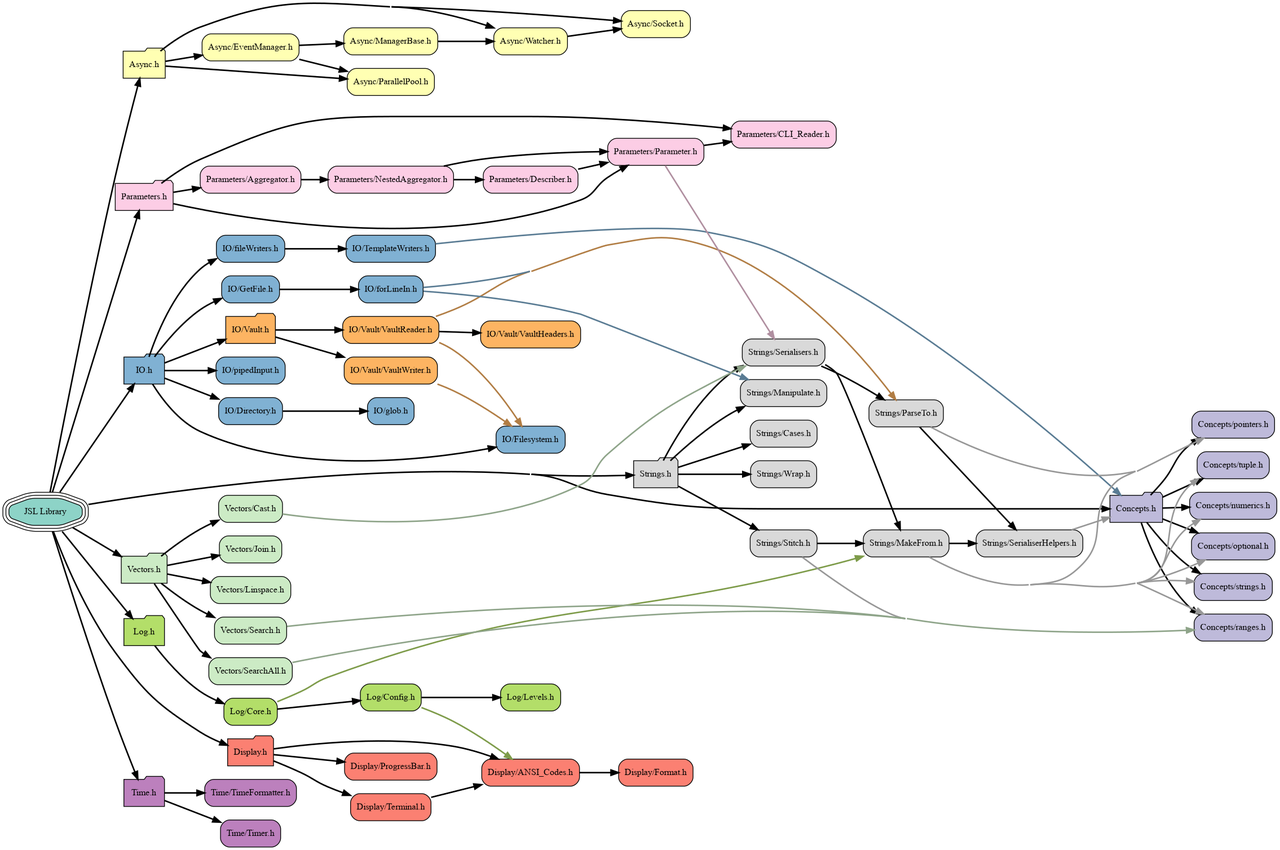
This is docs/visualiser/heirarchy.png from DrFraserGovil/JSL, a Graphviz export, as it was before one commit. Its source is kept beside it as docs/visualiser/heirarchy.dot.
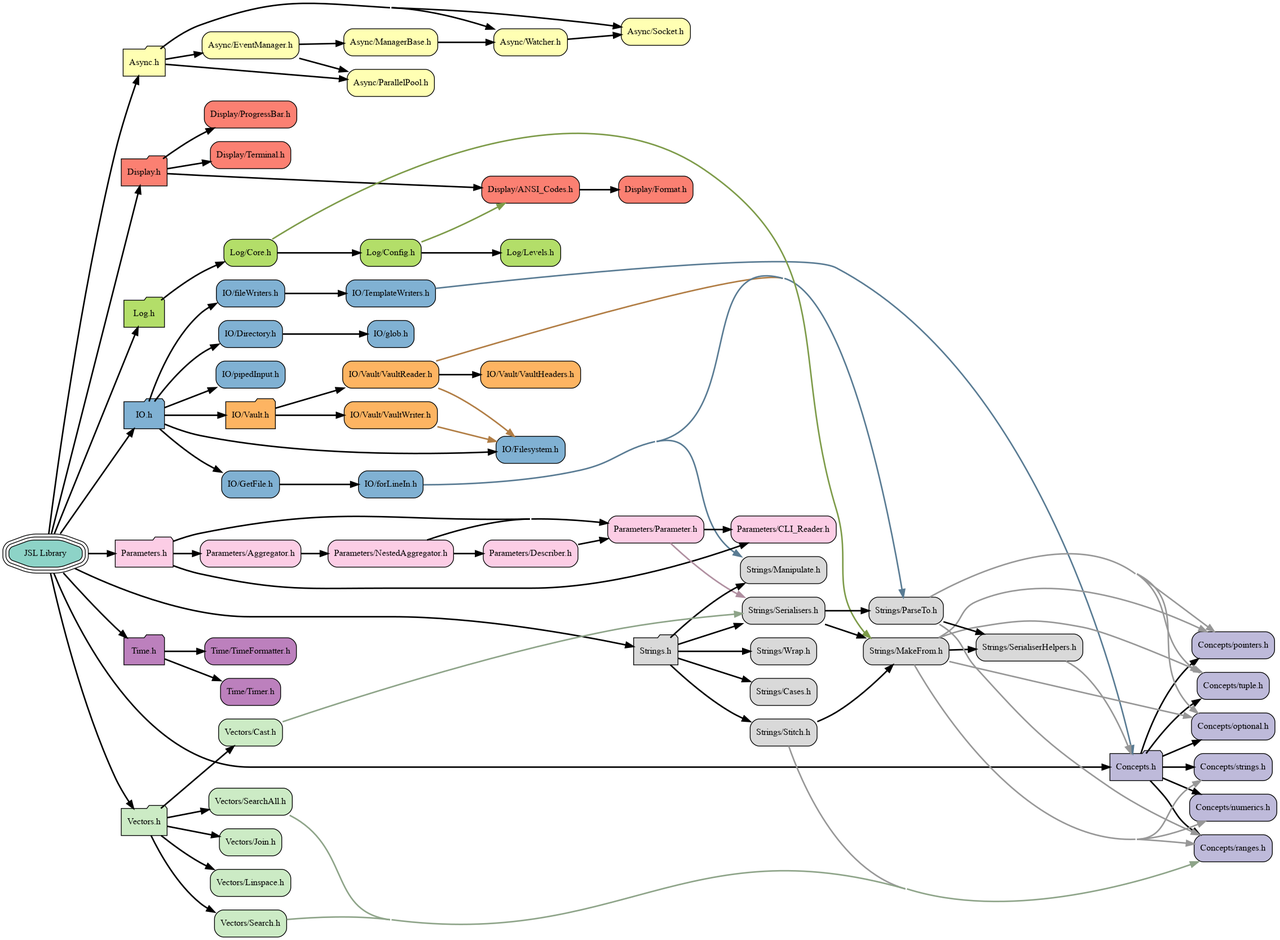
After the commit.

The edit, as a diff of the source:
```diff
@@ -68,15 +68,15 @@
 	node[fillcolor="#ccebc5", style="rounded,filled", shape=box, color="black"] "Vectors/Linspace.h"              [label="Vectors/Linspace.h"]
 	node[fillcolor="#ccebc5", style="rounded,filled", shape=box, color="black"] "Vectors/Search.h"                [label="Vectors/Search.h"]
 	node[fillcolor="#ccebc5", style="rounded,filled", shape=box, color="black"] "Vectors/SearchAll.h"             [label="Vectors/SearchAll.h"]
-	"JSL.h"                           -> "Concepts.h"[weight=10,penwidth=2]
 	"JSL.h"                           -> "Display.h"[weight=10,penwidth=2]
-	"JSL.h"                           -> "Parameters.h"[weight=10,penwidth=2]
-	"JSL.h"                           -> "Log.h"[weight=10,penwidth=2]
+	"JSL.h"                           -> "Strings.h"[weight=10,penwidth=2]
 	"JSL.h"                           -> "IO.h"[weight=10,penwidth=2]
 	"JSL.h"                           -> "Time.h"[weight=10,penwidth=2]
-	"JSL.h"                           -> "Strings.h"[weight=10,penwidth=2]
+	"JSL.h"                           -> "Vectors.h"[weight=10,penwidth=2]
+	"JSL.h"                           -> "Log.h"[weight=10,penwidth=2]
 	"JSL.h"                           -> "Async.h"[weight=10,penwidth=2]
-	"JSL.h"                           -> "Vectors.h"[weight=10,penwidth=2]
+	"JSL.h"                           -> "Parameters.h"[weight=10,penwidth=2]
+	"JSL.h"                           -> "Concepts.h"[weight=10,penwidth=2]
 	"Async.h"                         -> "Async/Socket.h"[weight=10,penwidth=2]
 	"Async.h"                         -> "Async/Watcher.h"[weight=10,penwidth=2]
 	"Async.h"                         -> "Async/EventManager.h"[weight=10,penwidth=2]
@@ -85,21 +85,20 @@
 	"Async/EventManager.h"            -> "Async/ParallelPool.h"[weight=10,penwidth=2]
 	"Async/ManagerBase.h"             -> "Async/Watcher.h"[weight=10,penwidth=2]
 	"Async/Watcher.h"                 -> "Async/Socket.h"[weight=10,penwidth=2]
+	"Concepts.h"                      -> "Concepts/strings.h"[weight=10,penwidth=2]
+	"Concepts.h"                      -> "Concepts/optional.h"[weight=10,penwidth=2]
+	"Concepts.h"                      -> "Concepts/tuple.h"[weight=10,penwidth=2]
 	"Concepts.h"                      -> "Concepts/pointers.h"[weight=10,penwidth=2]
-	"Concepts.h"                      -> "Concepts/tuple.h"[weight=10,penwidth=2]
-	"Concepts.h"                      -> "Concepts/strings.h"[weight=10,penwidth=2]
 	"Concepts.h"                      -> "Concepts/numerics.h"[weight=10,penwidth=2]
-	"Concepts.h"                      -> "Concepts/optional.h"[weight=10,penwidth=2]
 	"Concepts.h"                      -> "Concepts/ranges.h"[weight=10,penwidth=2]
 	"Display.h"                       -> "Display/ProgressBar.h"[weight=10,penwidth=2]
 	"Display.h"                       -> "Display/Terminal.h"[weight=10,penwidth=2]
 	"Display.h"                       -> "Display/ANSI_Codes.h"[weight=10,penwidth=2]
 	"Display/ANSI_Codes.h"            -> "Display/Format.h"[weight=10,penwidth=2]
-	"Display/Terminal.h"              -> "Display/ANSI_Codes.h"[weight=10,penwidth=2]
+	"IO.h"                            -> "IO/fileWriters.h"[weight=10,penwidth=2]
+	"IO.h"                            -> "IO/GetFile.h"[weight=10,penwidth=2]
 	"IO.h"                            -> "IO/Vault.h"[weight=10,penwidth=2]
-	"IO.h"                            -> "IO/GetFile.h"[weight=10,penwidth=2]
 	"IO.h"                            -> "IO/pipedInput.h"[weight=10,penwidth=2]
-	"IO.h"                            -> "IO/fileWriters.h"[weight=10,penwidth=2]
 	"IO.h"                            -> "IO/Directory.h"[weight=10,penwidth=2]
 	"IO.h"                            -> "IO/Filesystem.h"[weight=10,penwidth=2]
 	"IO/Directory.h"                  -> "IO/glob.h"[weight=10,penwidth=2]
@@ -107,16 +106,16 @@
 	"IO/TemplateWriters.h"            -> "Concepts.h"[weight=0,penwidth=2,color="#597b93"]
 	"IO/Vault.h"                      -> "IO/Vault/VaultWriter.h"[weight=10,penwidth=2]
 	"IO/Vault.h"                      -> "IO/Vault/VaultReader.h"[weight=10,penwidth=2]
-	"IO/Vault/VaultReader.h"          -> "Strings/ParseTo.h"[weight=0,penwidth=2,color="#b17d44"]
 	"IO/Vault/VaultReader.h"          -> "IO/Vault/VaultHeaders.h"[weight=10,penwidth=2]
 	"IO/Vault/VaultReader.h"          -> "IO/Filesystem.h"[weight=0,penwidth=2,color="#b17d44"]
+	"IO/Vault/VaultReader.h"          -> "Strings/ParseTo.h"[weight=0,penwidth=2,color="#b17d44"]
 	"IO/Vault/VaultWriter.h"          -> "IO/Filesystem.h"[weight=0,penwidth=2,color="#b17d44"]
 	"IO/fileWriters.h"                -> "IO/TemplateWriters.h"[weight=10,penwidth=2]
+	"IO/forLineIn.h"                  -> "Strings/Manipulate.h"[weight=0,penwidth=2,color="#597b93"]
 	"IO/forLineIn.h"                  -> "Strings/ParseTo.h"[weight=0,penwidth=2,color="#597b93"]
-	"IO/forLineIn.h"                  -> "Strings/Manipulate.h"[weight=0,penwidth=2,color="#597b93"]
 	"Log.h"                           -> "Log/Core.h"[weight=10,penwidth=2]
+	"Log/Config.h"                    -> "Log/Levels.h"[weight=10,penwidth=2]
 	"Log/Config.h"                    -> "Display/ANSI_Codes.h"[weight=0,penwidth=2,color="#7d9b49"]
-	"Log/Config.h"                    -> "Log/Levels.h"[weight=10,penwidth=2]
 	"Log/Core.h"                      -> "Log/Config.h"[weight=10,penwidth=2]
 	"Log/Core.h"                      -> "Strings/MakeFrom.h"[weight=0,penwidth=2,color="#7d9b49"]
 	"Parameters.h"                    -> "Parameters/Parameter.h"[weight=10,penwidth=2]
@@ -124,8 +123,8 @@
 	"Parameters.h"                    -> "Parameters/CLI_Reader.h"[weight=10,penwidth=2]
 	"Parameters/Aggregator.h"         -> "Parameters/NestedAggregator.h"[weight=10,penwidth=2]
 	"Parameters/Describer.h"          -> "Parameters/Parameter.h"[weight=10,penwidth=2]
+	"Parameters/NestedAggregator.h"   -> "Parameters/Parameter.h"[weight=10,penwidth=2]
 	"Parameters/NestedAggregator.h"   -> "Parameters/Describer.h"[weight=10,penwidth=2]
-	"Parameters/NestedAggregator.h"   -> "Parameters/Parameter.h"[weight=10,penwidth=2]
 	"Parameters/Parameter.h"          -> "Parameters/CLI_Reader.h"[weight=10,penwidth=2]
 	"Parameters/Parameter.h"          -> "Strings/Serialisers.h"[weight=0,penwidth=2,color="#b08fa0"]
 	"Strings.h"                       -> "Strings/Serialisers.h"[weight=10,penwidth=2]
@@ -134,14 +133,17 @@
 	"Strings.h"                       -> "Strings/Stitch.h"[weight=10,penwidth=2]
 	"Strings.h"                       -> "Strings/Wrap.h"[weight=10,penwidth=2]
 	"Strings/MakeFrom.h"              -> "Strings/SerialiserHelpers.h"[weight=10,penwidth=2]
+	"Strings/MakeFrom.h"              -> "Concepts/strings.h"[weight=0,penwidth=2,color="#979797"]
+	"Strings/MakeFrom.h"              -> "Concepts/optional.h"[weight=0,penwidth=2,color="#979797"]
+	"Strings/MakeFrom.h"              -> "Concepts/tuple.h"[weight=0,penwidth=2,color="#979797"]
 	"Strings/MakeFrom.h"              -> "Concepts/pointers.h"[weight=0,penwidth=2,color="#979797"]
+	"Strings/MakeFrom.h"              -> "Concepts/numerics.h"[weight=0,penwidth=2,color="#979797"]
 	"Strings/MakeFrom.h"              -> "Concepts/ranges.h"[weight=0,penwidth=2,color="#979797"]
-	"Strings/MakeFrom.h"              -> "Concepts/tuple.h"[weight=0,penwidth=2,color="#979797"]
-	"Strings/MakeFrom.h"              -> "Concepts/strings.h"[weight=0,penwidth=2,color="#979797"]
-	"Strings/MakeFrom.h"              -> "Concepts/numerics.h"[weight=0,penwidth=2,color="#979797"]
-	"Strings/MakeFrom.h"              -> "Concepts/optional.h"[weight=0,penwidth=2,color="#979797"]
 	"Strings/ParseTo.h"               -> "Strings/SerialiserHelpers.h"[weight=10,penwidth=2]
+	"Strings/ParseTo.h"               -> "Concepts/optional.h"[weight=0,penwidth=2,color="#979797"]
+	"Strings/ParseTo.h"               -> "Concepts/tuple.h"[weight=0,penwidth=2,color="#979797"]
 	"Strings/ParseTo.h"               -> "Concepts/pointers.h"[weight=0,penwidth=2,color="#979797"]
+	"Strings/ParseTo.h"               -> "Concepts/ranges.h"[weight=0,penwidth=2,color="#979797"]
 	"Strings/SerialiserHelpers.h"     -> "Concepts.h"[weight=0,penwidth=2,color="#979797"]
 	"Strings/Serialisers.h"           -> "Strings/MakeFrom.h"[weight=10,penwidth=2]
 	"Strings/Serialisers.h"           -> "Strings/ParseTo.h"[weight=10,penwidth=2]
```
